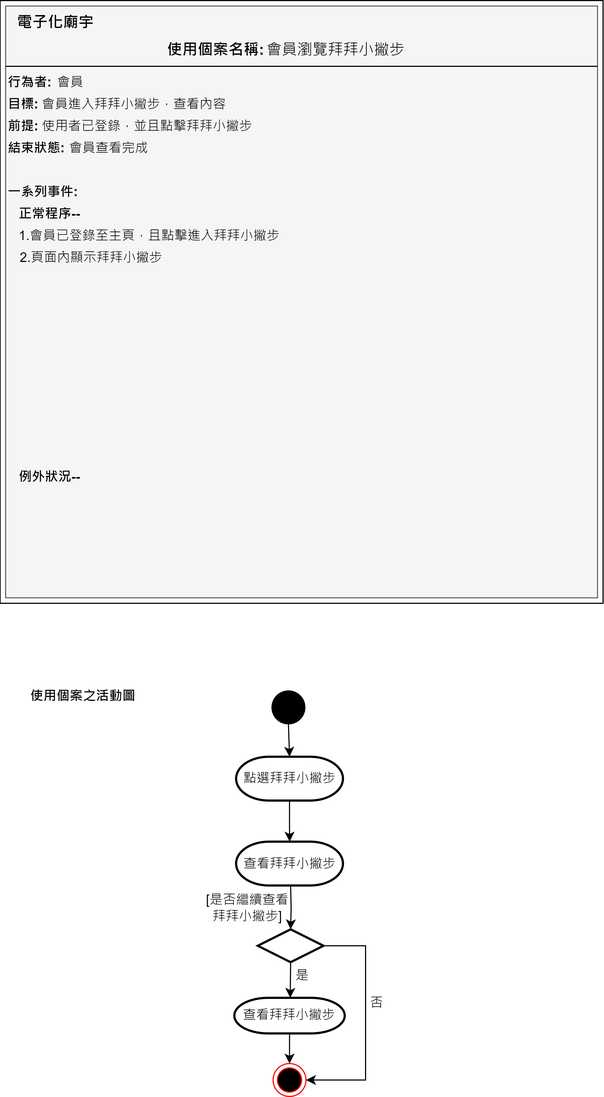
GretaYuu/111-2_SAD keeps this draw.io diagram as 活動圖/14.拜拜小撇步_v1.drawio.png. Above is the earlier version. Source tidied: cells renumbered, new cells last; positions are measured from the earlier drawing's top-left corner, leaving out a move shared by most shapes. Its diagram source:
```xml
<mxGraphModel>
  <root>
    <mxCell id="0" />
    <mxCell id="1" parent="0" />
    <mxCell id="2" style="edgeStyle=orthogonalEdgeStyle;rounded=0;jettySize=auto;html=1;exitX=0.5;exitY=1;exitDx=0;exitDy=0;entryX=0.5;entryY=0;entryDx=0;entryDy=0;entryPerimeter=0;" parent="1" edge="1" source="3" target="6">
      <mxGeometry relative="1" as="geometry">
        <Array as="points">
          <mxPoint x="262.6" y="660" />
        </Array>
      </mxGeometry>
    </mxCell>
    <mxCell id="3" style="ellipse;fillColor=strokeColor;html=1;" parent="1" vertex="1">
      <mxGeometry x="247.6" y="630" width="30" height="30" as="geometry" />
    </mxCell>
    <mxCell id="4" style="edgeStyle=orthogonalEdgeStyle;rounded=0;jettySize=auto;html=1;exitX=0.5;exitY=1;exitDx=0;exitDy=0;exitPerimeter=0;entryX=0.5;entryY=0;entryDx=0;entryDy=0;entryPerimeter=0;" parent="1" edge="1" target="9">
      <mxGeometry relative="1" as="geometry">
        <mxPoint x="264.6" y="807.5" as="sourcePoint" />
      </mxGeometry>
    </mxCell>
    <mxCell id="5" style="edgeStyle=orthogonalEdgeStyle;rounded=0;jettySize=auto;html=1;exitX=0.5;exitY=1;exitDx=0;exitDy=0;exitPerimeter=0;" parent="1" edge="1" source="6" target="15">
      <mxGeometry relative="1" as="geometry" />
    </mxCell>
    <mxCell id="6" value="點選拜拜小撇步" style="strokeWidth=2;html=1;shape=mxgraph.flowchart.terminator;whiteSpace=wrap;" parent="1" vertex="1">
      <mxGeometry x="214.9" y="690" width="97.5" height="40" as="geometry" />
    </mxCell>
    <mxCell id="7" style="edgeStyle=orthogonalEdgeStyle;rounded=0;jettySize=auto;html=1;exitX=0.5;exitY=1;exitDx=0;exitDy=0;exitPerimeter=0;entryX=0.5;entryY=0;entryDx=0;entryDy=0;entryPerimeter=0;" parent="1" edge="1" source="9">
      <mxGeometry relative="1" as="geometry">
        <mxPoint x="264.2" y="910" as="targetPoint" />
      </mxGeometry>
    </mxCell>
    <mxCell id="8" style="edgeStyle=orthogonalEdgeStyle;rounded=0;jettySize=auto;html=1;exitX=1;exitY=0.5;exitDx=0;exitDy=0;exitPerimeter=0;entryX=1;entryY=0.5;entryDx=0;entryDy=0;" parent="1" edge="1" source="9" target="13">
      <mxGeometry relative="1" as="geometry">
        <Array as="points">
          <mxPoint x="333" y="863" />
          <mxPoint x="333" y="985" />
        </Array>
      </mxGeometry>
    </mxCell>
    <mxCell id="9" style="strokeWidth=2;html=1;shape=mxgraph.flowchart.decision;whiteSpace=wrap;" parent="1" vertex="1">
      <mxGeometry x="234.6" y="847.5" width="60" height="30" as="geometry" />
    </mxCell>
    <mxCell id="10" value="是" style="text;html=1;align=center;verticalAlign=middle;strokeColor=none;fillColor=none;" parent="1" vertex="1">
      <mxGeometry x="254.6" y="875" width="40" height="30" as="geometry" />
    </mxCell>
    <mxCell id="11" style="edgeStyle=orthogonalEdgeStyle;rounded=0;jettySize=auto;html=1;exitX=0.5;exitY=1;exitDx=0;exitDy=0;exitPerimeter=0;entryX=0.5;entryY=0;entryDx=0;entryDy=0;" parent="1" edge="1" source="12" target="13">
      <mxGeometry relative="1" as="geometry" />
    </mxCell>
    <mxCell id="12" value="查看拜拜小撇步" style="strokeWidth=2;html=1;shape=mxgraph.flowchart.terminator;whiteSpace=wrap;" parent="1" vertex="1">
      <mxGeometry x="213.2" y="910" width="100.8" height="32.5" as="geometry" />
    </mxCell>
    <mxCell id="13" style="ellipse;html=1;shape=endState;fillColor=#000000;strokeColor=#ff0000;" parent="1" vertex="1">
      <mxGeometry x="248.6" y="970" width="30" height="30" as="geometry" />
    </mxCell>
    <mxCell id="14" value="&lt;b&gt;使用個案之活動圖&lt;/b&gt;" style="text;html=1;align=center;verticalAlign=middle;strokeColor=none;fillColor=none;" parent="1" vertex="1">
      <mxGeometry x="14.6" y="620" width="120" height="30" as="geometry" />
    </mxCell>
    <mxCell id="15" value="查看拜拜小撇步" style="strokeWidth=2;html=1;shape=mxgraph.flowchart.terminator;whiteSpace=wrap;" parent="1" vertex="1">
      <mxGeometry x="214.9" y="767.5" width="97.5" height="40" as="geometry" />
    </mxCell>
    <mxCell id="16" style="whiteSpace=wrap;html=1;" parent="1" vertex="1">
      <mxGeometry x="-0.4" width="550" height="550" as="geometry" />
    </mxCell>
    <mxCell id="17" style="whiteSpace=wrap;html=1;fillColor=#f5f5f5;fontColor=#333333;strokeColor=#666666;" parent="1" vertex="1">
      <mxGeometry x="4.6" y="5" width="540" height="540" as="geometry" />
    </mxCell>
    <mxCell id="18" style="endArrow=none;html=1;rounded=0;exitX=1;exitY=0.25;exitDx=0;exitDy=0;entryX=0;entryY=0.25;entryDx=0;entryDy=0;" parent="1" edge="1">
      <mxGeometry relative="1" as="geometry">
        <mxPoint x="544.6" y="60" as="sourcePoint" />
        <mxPoint x="4.6" y="60" as="targetPoint" />
      </mxGeometry>
    </mxCell>
    <mxCell id="19" value="&lt;font style=&quot;font-size: 14px;&quot;&gt;&lt;b&gt;電子化廟宇&lt;/b&gt;&lt;/font&gt;&lt;span id=&quot;docs-internal-guid-4bd9ca5e-7fff-9374-8a17-20c64eeeb40d&quot;&gt;&lt;/span&gt;" style="text;html=1;align=center;verticalAlign=middle;strokeColor=none;fillColor=none;" parent="1" vertex="1">
      <mxGeometry x="4.6" y="5" width="90" height="30" as="geometry" />
    </mxCell>
    <mxCell id="20" value="&lt;font style=&quot;font-size: 14px;&quot;&gt;&lt;b&gt;使用個案名稱:&lt;/b&gt;&lt;/font&gt;&lt;span id=&quot;docs-internal-guid-4bd9ca5e-7fff-9374-8a17-20c64eeeb40d&quot;&gt;&lt;/span&gt;" style="text;html=1;align=center;verticalAlign=middle;strokeColor=none;fillColor=none;" parent="1" vertex="1">
      <mxGeometry x="140.6" y="30" width="110" height="30" as="geometry" />
    </mxCell>
    <mxCell id="21" value="&lt;div style=&quot;font-size: 11px;&quot;&gt;&lt;b style=&quot;background-color: initial; font-size: 11px;&quot;&gt;&lt;font style=&quot;font-size: 11px;&quot;&gt;行為者:&lt;/font&gt;&lt;/b&gt;&lt;/div&gt;&lt;font style=&quot;font-size: 11px;&quot;&gt;&lt;span style=&quot;font-size: 11px;&quot; id=&quot;docs-internal-guid-4bd9ca5e-7fff-9374-8a17-20c64eeeb40d&quot;&gt;&lt;/span&gt;&lt;/font&gt;" style="text;html=1;align=left;verticalAlign=middle;strokeColor=none;fillColor=none;" parent="1" vertex="1">
      <mxGeometry x="4.6" y="60" width="60" height="30" as="geometry" />
    </mxCell>
    <mxCell id="22" value="&lt;div style=&quot;font-size: 12px;&quot;&gt;&lt;b style=&quot;font-size: 12px; background-color: initial;&quot;&gt;目標:&lt;/b&gt;&lt;/div&gt;&lt;span id=&quot;docs-internal-guid-4bd9ca5e-7fff-9374-8a17-20c64eeeb40d&quot; style=&quot;font-size: 12px;&quot;&gt;&lt;/span&gt;" style="text;html=1;align=left;verticalAlign=middle;strokeColor=none;fillColor=none;fontSize=12;" parent="1" vertex="1">
      <mxGeometry x="4.6" y="80" width="50" height="30" as="geometry" />
    </mxCell>
    <mxCell id="23" value="&lt;div style=&quot;font-size: 12px;&quot;&gt;&lt;b style=&quot;font-size: 12px; background-color: initial;&quot;&gt;前提:&lt;/b&gt;&lt;/div&gt;&lt;span id=&quot;docs-internal-guid-4bd9ca5e-7fff-9374-8a17-20c64eeeb40d&quot; style=&quot;font-size: 12px;&quot;&gt;&lt;/span&gt;" style="text;html=1;align=left;verticalAlign=middle;strokeColor=none;fillColor=none;fontSize=12;" parent="1" vertex="1">
      <mxGeometry x="4.6" y="100" width="50" height="30" as="geometry" />
    </mxCell>
    <mxCell id="24" value="&lt;div style=&quot;font-size: 12px;&quot;&gt;&lt;b style=&quot;font-size: 12px; background-color: initial;&quot;&gt;結束狀態:&lt;/b&gt;&lt;/div&gt;&lt;span id=&quot;docs-internal-guid-4bd9ca5e-7fff-9374-8a17-20c64eeeb40d&quot; style=&quot;font-size: 12px;&quot;&gt;&lt;/span&gt;" style="text;html=1;align=left;verticalAlign=middle;strokeColor=none;fillColor=none;fontSize=12;" parent="1" vertex="1">
      <mxGeometry x="4.6" y="120" width="80" height="30" as="geometry" />
    </mxCell>
    <mxCell id="25" value="&lt;div style=&quot;font-size: 12px;&quot;&gt;&lt;b style=&quot;font-size: 12px; background-color: initial;&quot;&gt;一系列事件:&lt;/b&gt;&lt;/div&gt;&lt;span id=&quot;docs-internal-guid-4bd9ca5e-7fff-9374-8a17-20c64eeeb40d&quot; style=&quot;font-size: 12px;&quot;&gt;&lt;/span&gt;" style="text;html=1;align=left;verticalAlign=middle;strokeColor=none;fillColor=none;fontSize=12;" parent="1" vertex="1">
      <mxGeometry x="4.6" y="160" width="90" height="30" as="geometry" />
    </mxCell>
    <mxCell id="26" value="&lt;div style=&quot;font-size: 12px;&quot;&gt;&lt;b style=&quot;font-size: 12px; background-color: initial;&quot;&gt;正常程序--&lt;/b&gt;&lt;/div&gt;&lt;span id=&quot;docs-internal-guid-4bd9ca5e-7fff-9374-8a17-20c64eeeb40d&quot; style=&quot;font-size: 12px;&quot;&gt;&lt;/span&gt;" style="text;html=1;align=left;verticalAlign=middle;strokeColor=none;fillColor=none;fontSize=12;" parent="1" vertex="1">
      <mxGeometry x="14.6" y="180" width="80" height="30" as="geometry" />
    </mxCell>
    <mxCell id="27" value="&lt;div style=&quot;font-size: 12px;&quot;&gt;&lt;b style=&quot;font-size: 12px; background-color: initial;&quot;&gt;例外狀況--&lt;/b&gt;&lt;/div&gt;&lt;span id=&quot;docs-internal-guid-4bd9ca5e-7fff-9374-8a17-20c64eeeb40d&quot; style=&quot;font-size: 12px;&quot;&gt;&lt;/span&gt;" style="text;html=1;align=left;verticalAlign=middle;strokeColor=none;fillColor=none;fontSize=12;" parent="1" vertex="1">
      <mxGeometry x="14.6" y="420" width="80" height="30" as="geometry" />
    </mxCell>
    <mxCell id="28" value="&lt;div style=&quot;&quot;&gt;&lt;span style=&quot;font-size: 14px; background-color: initial;&quot;&gt;會員瀏覽拜拜小撇步&lt;/span&gt;&lt;/div&gt;&lt;span id=&quot;docs-internal-guid-4bd9ca5e-7fff-9374-8a17-20c64eeeb40d&quot;&gt;&lt;/span&gt;" style="text;html=1;align=left;verticalAlign=middle;strokeColor=none;fillColor=none;" parent="1" vertex="1">
      <mxGeometry x="240.6" y="30" width="150" height="30" as="geometry" />
    </mxCell>
    <mxCell id="29" value="&lt;div style=&quot;font-size: 12px;&quot;&gt;&lt;span style=&quot;font-size: 12px; background-color: initial;&quot;&gt;會員&lt;/span&gt;&lt;/div&gt;&lt;span id=&quot;docs-internal-guid-4bd9ca5e-7fff-9374-8a17-20c64eeeb40d&quot; style=&quot;font-size: 12px;&quot;&gt;&lt;/span&gt;" style="text;html=1;align=left;verticalAlign=middle;strokeColor=none;fillColor=none;fontSize=12;" parent="1" vertex="1">
      <mxGeometry x="49.6" y="60" width="50" height="30" as="geometry" />
    </mxCell>
    <mxCell id="30" value="&lt;div style=&quot;font-size: 12px;&quot;&gt;&lt;span style=&quot;font-size: 12px; background-color: initial;&quot;&gt;會員進入拜拜小撇步，查看內容&lt;/span&gt;&lt;/div&gt;&lt;span id=&quot;docs-internal-guid-4bd9ca5e-7fff-9374-8a17-20c64eeeb40d&quot; style=&quot;font-size: 12px;&quot;&gt;&lt;/span&gt;" style="text;html=1;align=left;verticalAlign=middle;strokeColor=none;fillColor=none;fontSize=12;" parent="1" vertex="1">
      <mxGeometry x="35.6" y="80" width="190" height="30" as="geometry" />
    </mxCell>
    <mxCell id="31" value="&lt;div style=&quot;font-size: 12px;&quot;&gt;&lt;span style=&quot;font-size: 12px; background-color: initial;&quot;&gt;使用者已登錄，並且點擊拜拜小撇步&lt;/span&gt;&lt;/div&gt;&lt;span id=&quot;docs-internal-guid-4bd9ca5e-7fff-9374-8a17-20c64eeeb40d&quot; style=&quot;font-size: 12px;&quot;&gt;&lt;/span&gt;" style="text;html=1;align=left;verticalAlign=middle;strokeColor=none;fillColor=none;fontSize=12;" parent="1" vertex="1">
      <mxGeometry x="35.6" y="100" width="220" height="30" as="geometry" />
    </mxCell>
    <mxCell id="32" value="&lt;div style=&quot;font-size: 12px;&quot;&gt;會員查看完成&lt;/div&gt;&lt;span id=&quot;docs-internal-guid-0e53580a-7fff-661b-b562-f9320f3db989&quot;&gt;&lt;/span&gt;&lt;span id=&quot;docs-internal-guid-0e53580a-7fff-661b-b562-f9320f3db989&quot;&gt;&lt;/span&gt;&lt;span id=&quot;docs-internal-guid-4bd9ca5e-7fff-9374-8a17-20c64eeeb40d&quot; style=&quot;font-size: 12px;&quot;&gt;&lt;/span&gt;" style="text;html=1;align=left;verticalAlign=middle;strokeColor=none;fillColor=none;fontSize=12;" parent="1" vertex="1">
      <mxGeometry x="60.6" y="120" width="100" height="30" as="geometry" />
    </mxCell>
    <mxCell id="33" value="&lt;div style=&quot;font-size: 12px;&quot;&gt;&lt;span style=&quot;font-size: 12px; background-color: initial;&quot;&gt;1.會員已登錄至主頁，且點擊進入&lt;/span&gt;拜拜小撇步&lt;/div&gt;&lt;span style=&quot;border-color: var(--border-color);&quot; id=&quot;docs-internal-guid-4bd9ca5e-7fff-9374-8a17-20c64eeeb40d&quot;&gt;&lt;/span&gt;&lt;span id=&quot;docs-internal-guid-4bd9ca5e-7fff-9374-8a17-20c64eeeb40d&quot; style=&quot;font-size: 12px;&quot;&gt;&lt;/span&gt;" style="text;html=1;align=left;verticalAlign=middle;strokeColor=none;fillColor=none;fontSize=12;" parent="1" vertex="1">
      <mxGeometry x="14.6" y="200" width="260" height="30" as="geometry" />
    </mxCell>
    <mxCell id="34" value="&lt;div style=&quot;font-size: 12px;&quot;&gt;&lt;span style=&quot;font-size: 12px; background-color: initial;&quot;&gt;2.頁面內顯示&lt;/span&gt;拜拜小撇步&lt;/div&gt;&lt;span style=&quot;border-color: var(--border-color);&quot; id=&quot;docs-internal-guid-4bd9ca5e-7fff-9374-8a17-20c64eeeb40d&quot;&gt;&lt;/span&gt;&lt;span id=&quot;docs-internal-guid-4bd9ca5e-7fff-9374-8a17-20c64eeeb40d&quot; style=&quot;font-size: 12px;&quot;&gt;&lt;/span&gt;" style="text;html=1;align=left;verticalAlign=middle;strokeColor=none;fillColor=none;fontSize=12;" parent="1" vertex="1">
      <mxGeometry x="15.6" y="220" width="150" height="30" as="geometry" />
    </mxCell>
    <mxCell id="35" value="[是否繼續查看&lt;br&gt;拜拜小撇步]" style="text;html=1;align=center;verticalAlign=middle;strokeColor=none;fillColor=none;" parent="1" vertex="1">
      <mxGeometry x="174.6" y="807.5" width="100" height="40" as="geometry" />
    </mxCell>
    <mxCell id="36" value="否" style="text;html=1;align=center;verticalAlign=middle;strokeColor=none;fillColor=none;" parent="1" vertex="1">
      <mxGeometry x="323" y="900" width="40" height="30" as="geometry" />
    </mxCell>
  </root>
</mxGraphModel>
```
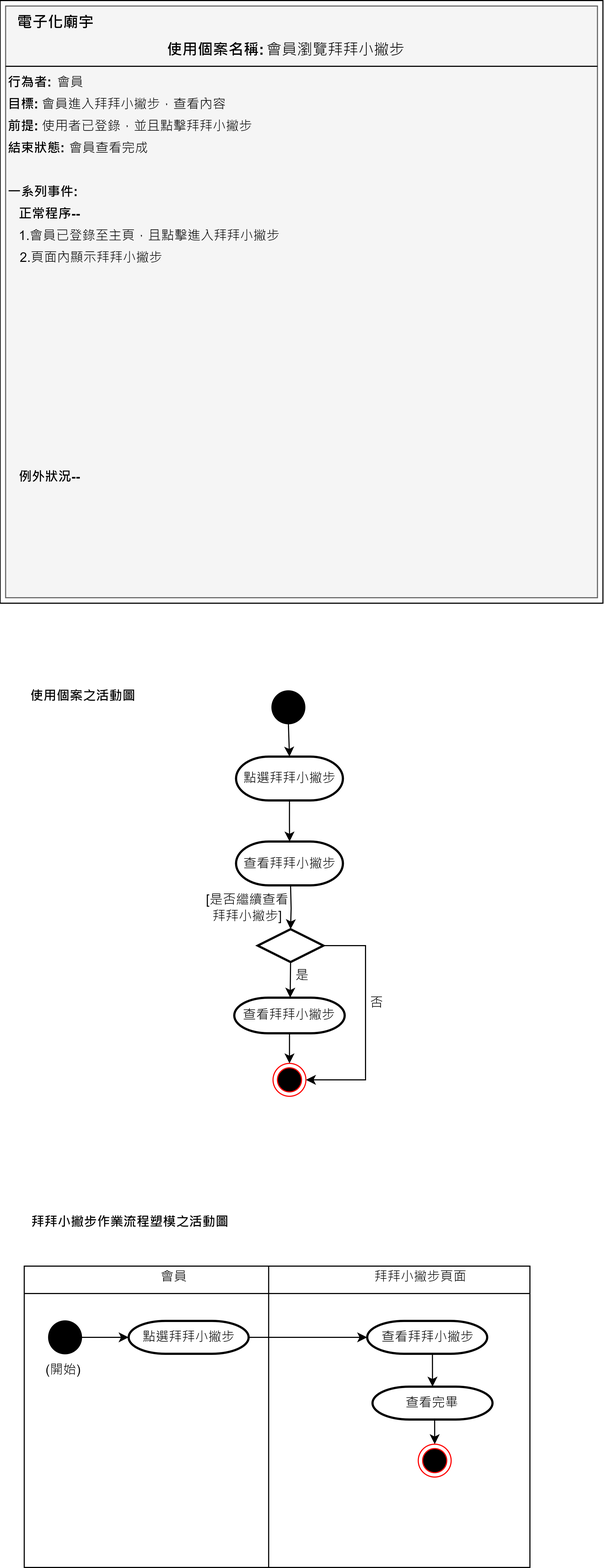
Above is the later version.

Diff of the diagram source:
```diff
@@ -123,5 +123,50 @@
     <mxCell id="36" value="否" style="text;html=1;align=center;verticalAlign=middle;strokeColor=none;fillColor=none;" parent="1" vertex="1">
       <mxGeometry x="323" y="900" width="40" height="30" as="geometry" />
     </mxCell>
+    <mxCell id="37" value="&lt;b&gt;拜拜小撇步作業流程塑模之活動圖&lt;/b&gt;" style="text;html=1;align=center;verticalAlign=middle;strokeColor=none;fillColor=none;" parent="1" vertex="1">
+      <mxGeometry x="17.6" y="1100" width="200" height="30" as="geometry" />
+    </mxCell>
+    <mxCell id="38" style="shape=internalStorage;whiteSpace=wrap;html=1;backgroundOutline=1;" parent="1" vertex="1">
+      <mxGeometry x="208.6" y="1215" width="80" height="80" as="geometry" />
+    </mxCell>
+    <mxCell id="39" style="shape=internalStorage;whiteSpace=wrap;html=1;backgroundOutline=1;dx=223;dy=25;" parent="1" vertex="1">
+      <mxGeometry x="21.6" y="1155" width="461.4" height="275" as="geometry" />
+    </mxCell>
+    <mxCell id="40" value="會員" style="text;html=1;align=center;verticalAlign=middle;strokeColor=none;fillColor=none;" parent="1" vertex="1">
+      <mxGeometry x="132.6" y="1150" width="50" height="30" as="geometry" />
+    </mxCell>
+    <mxCell id="41" value="拜拜小撇步頁面" style="text;html=1;align=center;verticalAlign=middle;strokeColor=none;fillColor=none;" parent="1" vertex="1">
+      <mxGeometry x="328" y="1150" width="110" height="30" as="geometry" />
+    </mxCell>
+    <mxCell id="42" style="edgeStyle=orthogonalEdgeStyle;rounded=0;jettySize=auto;html=1;exitX=1;exitY=0.5;exitDx=0;exitDy=0;entryX=0;entryY=0.5;entryDx=0;entryDy=0;entryPerimeter=0;" parent="1" edge="1" source="43" target="45">
+      <mxGeometry relative="1" as="geometry" />
+    </mxCell>
+    <mxCell id="43" style="ellipse;fillColor=strokeColor;html=1;" parent="1" vertex="1">
+      <mxGeometry x="43.9" y="1205" width="30" height="30" as="geometry" />
+    </mxCell>
+    <mxCell id="44" style="edgeStyle=orthogonalEdgeStyle;rounded=0;jettySize=auto;html=1;exitX=1;exitY=0.5;exitDx=0;exitDy=0;exitPerimeter=0;entryX=0;entryY=0.5;entryDx=0;entryDy=0;entryPerimeter=0;" parent="1" edge="1" source="45" target="48">
+      <mxGeometry relative="1" as="geometry" />
+    </mxCell>
+    <mxCell id="45" value="點選拜拜小撇步" style="strokeWidth=2;html=1;shape=mxgraph.flowchart.terminator;whiteSpace=wrap;" parent="1" vertex="1">
+      <mxGeometry x="116.9" y="1205" width="109.5" height="30" as="geometry" />
+    </mxCell>
+    <mxCell id="46" value="(開始)" style="text;html=1;align=center;verticalAlign=middle;strokeColor=none;fillColor=none;" parent="1" vertex="1">
+      <mxGeometry x="26.6" y="1235" width="60" height="30" as="geometry" />
+    </mxCell>
+    <mxCell id="47" style="edgeStyle=orthogonalEdgeStyle;rounded=0;jettySize=auto;html=1;exitX=0.5;exitY=1;exitDx=0;exitDy=0;exitPerimeter=0;entryX=0.5;entryY=0;entryDx=0;entryDy=0;entryPerimeter=0;" parent="1" edge="1" source="48" target="50">
+      <mxGeometry relative="1" as="geometry" />
+    </mxCell>
+    <mxCell id="48" value="查看拜拜小撇步" style="strokeWidth=2;html=1;shape=mxgraph.flowchart.terminator;whiteSpace=wrap;" parent="1" vertex="1">
+      <mxGeometry x="334.5" y="1205" width="109.5" height="30" as="geometry" />
+    </mxCell>
+    <mxCell id="49" style="edgeStyle=orthogonalEdgeStyle;rounded=0;jettySize=auto;html=1;exitX=0.5;exitY=1;exitDx=0;exitDy=0;exitPerimeter=0;entryX=0.5;entryY=0;entryDx=0;entryDy=0;" parent="1" edge="1" source="50" target="51">
+      <mxGeometry relative="1" as="geometry" />
+    </mxCell>
+    <mxCell id="50" value="查看完畢" style="strokeWidth=2;html=1;shape=mxgraph.flowchart.terminator;whiteSpace=wrap;" parent="1" vertex="1">
+      <mxGeometry x="339.4" y="1265" width="109.5" height="30" as="geometry" />
+    </mxCell>
+    <mxCell id="51" style="ellipse;html=1;shape=endState;fillColor=#000000;strokeColor=#ff0000;" parent="1" vertex="1">
+      <mxGeometry x="381.1" y="1317.5" width="30" height="30" as="geometry" />
+    </mxCell>
   </root>
 </mxGraphModel>
```
